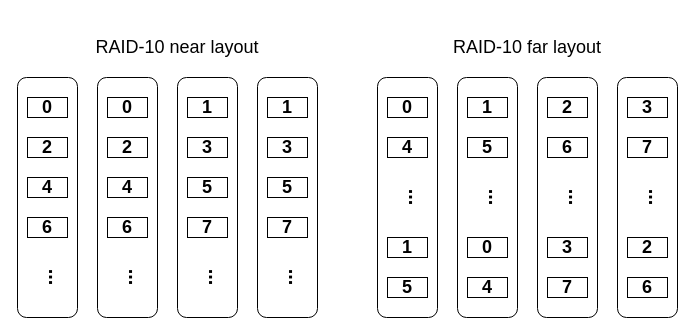
Before: expandRAID/RAID-layout.drawio in Icarusradio/Pictures, a draw.io diagram. Source tidied: cells renumbered, new cells numbered last; positions are measured from the earlier drawing's top-left corner, leaving out a move shared by most shapes. Both pictures are drawn from the tidied source at 100%, with x=0, y=0 at pixel (17, 17).
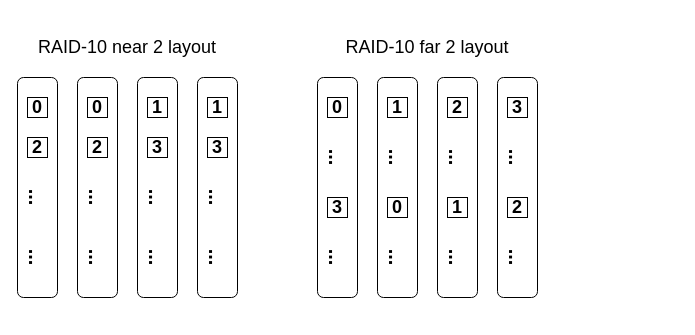
The same page after the edit.

Diff of the diagram source:
```diff
@@
+    <mxCell id="49" style="rounded=1;whiteSpace=wrap;html=1;fillColor=none;" parent="1" vertex="1">
+      <mxGeometry x="480" y="60" width="40" height="220" as="geometry" />
+    </mxCell>
+    <mxCell id="48" style="rounded=1;whiteSpace=wrap;html=1;fillColor=none;" parent="1" vertex="1">
+      <mxGeometry x="420" y="60" width="40" height="220" as="geometry" />
+    </mxCell>
+    <mxCell id="47" style="rounded=1;whiteSpace=wrap;html=1;fillColor=none;" parent="1" vertex="1">
+      <mxGeometry x="360" y="60" width="40" height="220" as="geometry" />
+    </mxCell>
+    <mxCell id="46" style="rounded=1;whiteSpace=wrap;html=1;fillColor=none;" parent="1" vertex="1">
+      <mxGeometry x="300" y="60" width="40" height="220" as="geometry" />
+    </mxCell>
+    <mxCell id="45" style="rounded=1;whiteSpace=wrap;html=1;fillColor=none;" parent="1" vertex="1">
+      <mxGeometry x="180" y="60" width="40" height="220" as="geometry" />
+    </mxCell>
+    <mxCell id="44" style="rounded=1;whiteSpace=wrap;html=1;fillColor=none;" parent="1" vertex="1">
+      <mxGeometry x="120" y="60" width="40" height="220" as="geometry" />
+    </mxCell>
+    <mxCell id="43" style="rounded=1;whiteSpace=wrap;html=1;fillColor=none;" parent="1" vertex="1">
+      <mxGeometry x="60" y="60" width="40" height="220" as="geometry" />
+    </mxCell>
+    <mxCell id="42" style="rounded=1;whiteSpace=wrap;html=1;fillColor=none;" parent="1" vertex="1">
+      <mxGeometry y="60" width="40" height="220" as="geometry" />
+    </mxCell>
     <mxCell id="2" value="&lt;b&gt;&lt;font style=&quot;font-size: 18px;&quot;&gt;0&lt;/font&gt;&lt;/b&gt;" style="rounded=0;whiteSpace=wrap;html=1;" parent="1" vertex="1">
-      <mxGeometry x="10" y="80" width="40" height="20" as="geometry" />
+      <mxGeometry x="10" y="80" width="20" height="20" as="geometry" />
     </mxCell>
     <mxCell id="3" value="&lt;b&gt;&lt;font style=&quot;font-size: 18px;&quot;&gt;2&lt;/font&gt;&lt;/b&gt;" style="rounded=0;whiteSpace=wrap;html=1;" parent="1" vertex="1">
-      <mxGeometry x="10" y="120" width="40" height="20" as="geometry" />
+      <mxGeometry x="10" y="120" width="20" height="20" as="geometry" />
     </mxCell>
-    <mxCell id="4" value="&lt;b&gt;&lt;font style=&quot;font-size: 18px;&quot;&gt;4&lt;/font&gt;&lt;/b&gt;" style="rounded=0;whiteSpace=wrap;html=1;" parent="1" vertex="1">
-      <mxGeometry x="10" y="160" width="40" height="20" as="geometry" />
-    </mxCell>
-    <mxCell id="5" value="&lt;b&gt;&lt;font style=&quot;font-size: 18px;&quot;&gt;6&lt;/font&gt;&lt;/b&gt;" style="rounded=0;whiteSpace=wrap;html=1;" parent="1" vertex="1">
-      <mxGeometry x="10" y="200" width="40" height="20" as="geometry" />
-    </mxCell>
     <mxCell id="6" value="&lt;b&gt;&lt;font style=&quot;font-size: 18px;&quot;&gt;0&lt;/font&gt;&lt;/b&gt;" style="rounded=0;whiteSpace=wrap;html=1;" parent="1" vertex="1">
-      <mxGeometry x="90" y="80" width="40" height="20" as="geometry" />
+      <mxGeometry x="70" y="80" width="20" height="20" as="geometry" />
     </mxCell>
     <mxCell id="7" value="&lt;b&gt;&lt;font style=&quot;font-size: 18px;&quot;&gt;2&lt;/font&gt;&lt;/b&gt;" style="rounded=0;whiteSpace=wrap;html=1;" parent="1" vertex="1">
-      <mxGeometry x="90" y="120" width="40" height="20" as="geometry" />
+      <mxGeometry x="70" y="120" width="20" height="20" as="geometry" />
     </mxCell>
-    <mxCell id="8" value="&lt;b&gt;&lt;font style=&quot;font-size: 18px;&quot;&gt;4&lt;/font&gt;&lt;/b&gt;" style="rounded=0;whiteSpace=wrap;html=1;" parent="1" vertex="1">
-      <mxGeometry x="90" y="160" width="40" height="20" as="geometry" />
-    </mxCell>
-    <mxCell id="9" value="&lt;b&gt;&lt;font style=&quot;font-size: 18px;&quot;&gt;6&lt;/font&gt;&lt;/b&gt;" style="rounded=0;whiteSpace=wrap;html=1;" parent="1" vertex="1">
-      <mxGeometry x="90" y="200" width="40" height="20" as="geometry" />
-    </mxCell>
     <mxCell id="10" value="&lt;b&gt;&lt;font style=&quot;font-size: 18px;&quot;&gt;1&lt;/font&gt;&lt;/b&gt;" style="rounded=0;whiteSpace=wrap;html=1;" parent="1" vertex="1">
-      <mxGeometry x="170" y="80" width="40" height="20" as="geometry" />
+      <mxGeometry x="130" y="80" width="20" height="20" as="geometry" />
     </mxCell>
     <mxCell id="11" value="&lt;b&gt;&lt;font style=&quot;font-size: 18px;&quot;&gt;3&lt;/font&gt;&lt;/b&gt;" style="rounded=0;whiteSpace=wrap;html=1;" parent="1" vertex="1">
-      <mxGeometry x="170" y="120" width="40" height="20" as="geometry" />
+      <mxGeometry x="130" y="120" width="20" height="20" as="geometry" />
     </mxCell>
-    <mxCell id="12" value="&lt;b&gt;&lt;font style=&quot;font-size: 18px;&quot;&gt;5&lt;/font&gt;&lt;/b&gt;" style="rounded=0;whiteSpace=wrap;html=1;" parent="1" vertex="1">
-      <mxGeometry x="170" y="160" width="40" height="20" as="geometry" />
-    </mxCell>
-    <mxCell id="13" value="&lt;b&gt;&lt;font style=&quot;font-size: 18px;&quot;&gt;7&lt;/font&gt;&lt;/b&gt;" style="rounded=0;whiteSpace=wrap;html=1;" parent="1" vertex="1">
-      <mxGeometry x="170" y="200" width="40" height="20" as="geometry" />
-    </mxCell>
     <mxCell id="14" value="&lt;span style=&quot;font-size: 18px;&quot;&gt;&lt;b&gt;1&lt;/b&gt;&lt;/span&gt;" style="rounded=0;whiteSpace=wrap;html=1;" parent="1" vertex="1">
-      <mxGeometry x="250" y="80" width="40" height="20" as="geometry" />
+      <mxGeometry x="190" y="80" width="20" height="20" as="geometry" />
     </mxCell>
     <mxCell id="15" value="&lt;b&gt;&lt;font style=&quot;font-size: 18px;&quot;&gt;3&lt;/font&gt;&lt;/b&gt;" style="rounded=0;whiteSpace=wrap;html=1;" parent="1" vertex="1">
-      <mxGeometry x="250" y="120" width="40" height="20" as="geometry" />
+      <mxGeometry x="190" y="120" width="20" height="20" as="geometry" />
     </mxCell>
-    <mxCell id="16" value="&lt;b&gt;&lt;font style=&quot;font-size: 18px;&quot;&gt;5&lt;/font&gt;&lt;/b&gt;" style="rounded=0;whiteSpace=wrap;html=1;" parent="1" vertex="1">
-      <mxGeometry x="250" y="160" width="40" height="20" as="geometry" />
-    </mxCell>
-    <mxCell id="17" value="&lt;b&gt;&lt;font style=&quot;font-size: 18px;&quot;&gt;7&lt;/font&gt;&lt;/b&gt;" style="rounded=0;whiteSpace=wrap;html=1;" parent="1" vertex="1">
-      <mxGeometry x="250" y="200" width="40" height="20" as="geometry" />
-    </mxCell>
     <mxCell id="18" value="&lt;b&gt;&lt;font style=&quot;font-size: 18px;&quot;&gt;0&lt;/font&gt;&lt;/b&gt;" style="rounded=0;whiteSpace=wrap;html=1;" parent="1" vertex="1">
-      <mxGeometry x="370" y="80" width="40" height="20" as="geometry" />
+      <mxGeometry x="310" y="80" width="20" height="20" as="geometry" />
     </mxCell>
     <mxCell id="19" value="&lt;b&gt;&lt;font style=&quot;font-size: 18px;&quot;&gt;1&lt;/font&gt;&lt;/b&gt;" style="rounded=0;whiteSpace=wrap;html=1;" parent="1" vertex="1">
-      <mxGeometry x="450" y="80" width="40" height="20" as="geometry" />
+      <mxGeometry x="370" y="80" width="20" height="20" as="geometry" />
     </mxCell>
     <mxCell id="20" value="&lt;b&gt;&lt;font style=&quot;font-size: 18px;&quot;&gt;2&lt;/font&gt;&lt;/b&gt;" style="rounded=0;whiteSpace=wrap;html=1;" parent="1" vertex="1">
-      <mxGeometry x="530" y="80" width="40" height="20" as="geometry" />
+      <mxGeometry x="430" y="80" width="20" height="20" as="geometry" />
     </mxCell>
     <mxCell id="21" value="&lt;b&gt;&lt;font style=&quot;font-size: 18px;&quot;&gt;3&lt;/font&gt;&lt;/b&gt;" style="rounded=0;whiteSpace=wrap;html=1;" parent="1" vertex="1">
-      <mxGeometry x="610" y="80" width="40" height="20" as="geometry" />
+      <mxGeometry x="490" y="80" width="20" height="20" as="geometry" />
     </mxCell>
-    <mxCell id="22" value="&lt;b&gt;&lt;font style=&quot;font-size: 18px;&quot;&gt;4&lt;/font&gt;&lt;/b&gt;" style="rounded=0;whiteSpace=wrap;html=1;" parent="1" vertex="1">
-      <mxGeometry x="370" y="120" width="40" height="20" as="geometry" />
-    </mxCell>
-    <mxCell id="23" value="&lt;b&gt;&lt;font style=&quot;font-size: 18px;&quot;&gt;5&lt;/font&gt;&lt;/b&gt;" style="rounded=0;whiteSpace=wrap;html=1;" parent="1" vertex="1">
-      <mxGeometry x="450" y="120" width="40" height="20" as="geometry" />
-    </mxCell>
-    <mxCell id="24" value="&lt;b&gt;&lt;font style=&quot;font-size: 18px;&quot;&gt;6&lt;/font&gt;&lt;/b&gt;" style="rounded=0;whiteSpace=wrap;html=1;" parent="1" vertex="1">
-      <mxGeometry x="530" y="120" width="40" height="20" as="geometry" />
-    </mxCell>
-    <mxCell id="25" value="&lt;b&gt;&lt;font style=&quot;font-size: 18px;&quot;&gt;7&lt;/font&gt;&lt;/b&gt;" style="rounded=0;whiteSpace=wrap;html=1;" parent="1" vertex="1">
-      <mxGeometry x="610" y="120" width="40" height="20" as="geometry" />
-    </mxCell>
     <mxCell id="26" value="&lt;b&gt;&lt;font style=&quot;font-size: 18px;&quot;&gt;0&lt;/font&gt;&lt;/b&gt;" style="rounded=0;whiteSpace=wrap;html=1;" parent="1" vertex="1">
-      <mxGeometry x="450" y="220" width="40" height="20" as="geometry" />
+      <mxGeometry x="370" y="180" width="20" height="20" as="geometry" />
     </mxCell>
-    <mxCell id="27" value="&lt;b&gt;&lt;font style=&quot;font-size: 18px;&quot;&gt;1&lt;/font&gt;&lt;/b&gt;" style="rounded=0;whiteSpace=wrap;html=1;" parent="1" vertex="1">
-      <mxGeometry x="370" y="220" width="40" height="20" as="geometry" />
+    <mxCell id="27" value="&lt;b&gt;&lt;font style=&quot;font-size: 18px;&quot;&gt;3&lt;/font&gt;&lt;/b&gt;" style="rounded=0;whiteSpace=wrap;html=1;" parent="1" vertex="1">
+      <mxGeometry x="310" y="180" width="20" height="20" as="geometry" />
     </mxCell>
     <mxCell id="28" value="&lt;b&gt;&lt;font style=&quot;font-size: 18px;&quot;&gt;2&lt;/font&gt;&lt;/b&gt;" style="rounded=0;whiteSpace=wrap;html=1;" parent="1" vertex="1">
-      <mxGeometry x="610" y="220" width="40" height="20" as="geometry" />
+      <mxGeometry x="490" y="180" width="20" height="20" as="geometry" />
     </mxCell>
-    <mxCell id="29" value="&lt;b&gt;&lt;font style=&quot;font-size: 18px;&quot;&gt;3&lt;/font&gt;&lt;/b&gt;" style="rounded=0;whiteSpace=wrap;html=1;" parent="1" vertex="1">
-      <mxGeometry x="530" y="220" width="40" height="20" as="geometry" />
+    <mxCell id="29" value="&lt;b&gt;&lt;font style=&quot;font-size: 18px;&quot;&gt;1&lt;/font&gt;&lt;/b&gt;" style="rounded=0;whiteSpace=wrap;html=1;" parent="1" vertex="1">
+      <mxGeometry x="430" y="180" width="20" height="20" as="geometry" />
     </mxCell>
-    <mxCell id="30" value="&lt;b&gt;&lt;font style=&quot;font-size: 18px;&quot;&gt;4&lt;/font&gt;&lt;/b&gt;" style="rounded=0;whiteSpace=wrap;html=1;" parent="1" vertex="1">
-      <mxGeometry x="450" y="260" width="40" height="20" as="geometry" />
-    </mxCell>
-    <mxCell id="31" value="&lt;b&gt;&lt;font style=&quot;font-size: 18px;&quot;&gt;5&lt;/font&gt;&lt;/b&gt;" style="rounded=0;whiteSpace=wrap;html=1;" parent="1" vertex="1">
-      <mxGeometry x="370" y="260" width="40" height="20" as="geometry" />
-    </mxCell>
-    <mxCell id="32" value="&lt;b&gt;&lt;font style=&quot;font-size: 18px;&quot;&gt;6&lt;/font&gt;&lt;/b&gt;" style="rounded=0;whiteSpace=wrap;html=1;" parent="1" vertex="1">
-      <mxGeometry x="610" y="260" width="40" height="20" as="geometry" />
-    </mxCell>
-    <mxCell id="33" value="&lt;b&gt;&lt;font style=&quot;font-size: 18px;&quot;&gt;7&lt;/font&gt;&lt;/b&gt;" style="rounded=0;whiteSpace=wrap;html=1;" parent="1" vertex="1">
-      <mxGeometry x="530" y="260" width="40" height="20" as="geometry" />
-    </mxCell>
     <mxCell id="34" value="..." style="rounded=0;whiteSpace=wrap;html=1;fillColor=none;strokeColor=none;fontStyle=1;fontSize=20;rotation=90;" parent="1" vertex="1">
-      <mxGeometry x="20" y="250" width="40" height="20" as="geometry" />
+      <mxGeometry y="170" width="40" height="20" as="geometry" />
     </mxCell>
     <mxCell id="35" value="..." style="rounded=0;whiteSpace=wrap;html=1;fillColor=none;strokeColor=none;fontStyle=1;fontSize=20;rotation=90;" parent="1" vertex="1">
-      <mxGeometry x="100" y="250" width="40" height="20" as="geometry" />
+      <mxGeometry x="60" y="170" width="40" height="20" as="geometry" />
     </mxCell>
     <mxCell id="36" value="..." style="rounded=0;whiteSpace=wrap;html=1;fillColor=none;strokeColor=none;fontStyle=1;fontSize=20;rotation=90;" parent="1" vertex="1">
-      <mxGeometry x="180" y="250" width="40" height="20" as="geometry" />
+      <mxGeometry x="120" y="170" width="40" height="20" as="geometry" />
     </mxCell>
     <mxCell id="37" value="..." style="rounded=0;whiteSpace=wrap;html=1;fillColor=none;strokeColor=none;fontStyle=1;fontSize=20;rotation=90;" parent="1" vertex="1">
-      <mxGeometry x="260" y="250" width="40" height="20" as="geometry" />
+      <mxGeometry x="180" y="170" width="40" height="20" as="geometry" />
     </mxCell>
     <mxCell id="38" value="..." style="rounded=0;whiteSpace=wrap;html=1;fillColor=none;strokeColor=none;fontStyle=1;fontSize=20;rotation=90;" parent="1" vertex="1">
-      <mxGeometry x="380" y="170" width="40" height="20" as="geometry" />
+      <mxGeometry x="300" y="130" width="40" height="20" as="geometry" />
     </mxCell>
     <mxCell id="39" value="..." style="rounded=0;whiteSpace=wrap;html=1;fillColor=none;strokeColor=none;fontStyle=1;fontSize=20;rotation=90;" parent="1" vertex="1">
-      <mxGeometry x="460" y="170" width="40" height="20" as="geometry" />
+      <mxGeometry x="360" y="130" width="40" height="20" as="geometry" />
     </mxCell>
     <mxCell id="40" value="..." style="rounded=0;whiteSpace=wrap;html=1;fillColor=none;strokeColor=none;fontStyle=1;fontSize=20;rotation=90;" parent="1" vertex="1">
-      <mxGeometry x="540" y="170" width="40" height="20" as="geometry" />
+      <mxGeometry x="420" y="130" width="40" height="20" as="geometry" />
     </mxCell>
     <mxCell id="41" value="..." style="rounded=0;whiteSpace=wrap;html=1;fillColor=none;strokeColor=none;fontStyle=1;fontSize=20;rotation=90;" parent="1" vertex="1">
-      <mxGeometry x="620" y="170" width="40" height="20" as="geometry" />
+      <mxGeometry x="480" y="130" width="40" height="20" as="geometry" />
     </mxCell>
-    <mxCell id="42" style="rounded=1;whiteSpace=wrap;html=1;fillColor=none;" parent="1" vertex="1">
-      <mxGeometry y="60" width="60" height="240" as="geometry" />
-    </mxCell>
-    <mxCell id="43" style="rounded=1;whiteSpace=wrap;html=1;fillColor=none;" parent="1" vertex="1">
-      <mxGeometry x="80" y="60" width="60" height="240" as="geometry" />
-    </mxCell>
-    <mxCell id="44" style="rounded=1;whiteSpace=wrap;html=1;fillColor=none;" parent="1" vertex="1">
-      <mxGeometry x="160" y="60" width="60" height="240" as="geometry" />
-    </mxCell>
-    <mxCell id="45" style="rounded=1;whiteSpace=wrap;html=1;fillColor=none;" parent="1" vertex="1">
-      <mxGeometry x="240" y="60" width="60" height="240" as="geometry" />
-    </mxCell>
-    <mxCell id="46" style="rounded=1;whiteSpace=wrap;html=1;fillColor=none;" parent="1" vertex="1">
-      <mxGeometry x="360" y="60" width="60" height="240" as="geometry" />
-    </mxCell>
-    <mxCell id="47" style="rounded=1;whiteSpace=wrap;html=1;fillColor=none;" parent="1" vertex="1">
-      <mxGeometry x="440" y="60" width="60" height="240" as="geometry" />
-    </mxCell>
-    <mxCell id="48" style="rounded=1;whiteSpace=wrap;html=1;fillColor=none;" parent="1" vertex="1">
-      <mxGeometry x="520" y="60" width="60" height="240" as="geometry" />
-    </mxCell>
-    <mxCell id="49" style="rounded=1;whiteSpace=wrap;html=1;fillColor=none;" parent="1" vertex="1">
-      <mxGeometry x="600" y="60" width="60" height="240" as="geometry" />
-    </mxCell>
-    <mxCell id="50" value="RAID-10 near layout" style="rounded=0;whiteSpace=wrap;html=1;fillColor=none;strokeColor=none;fontSize=18;" parent="1" vertex="1">
-      <mxGeometry x="70" width="180" height="60" as="geometry" />
+    <mxCell id="50" value="RAID-10 near 2 layout" style="rounded=0;whiteSpace=wrap;html=1;fillColor=none;strokeColor=none;fontSize=18;" parent="1" vertex="1">
+      <mxGeometry x="10" width="200" height="60" as="geometry" />
     </mxCell>
-    <mxCell id="51" value="RAID-10 far layout" style="rounded=0;whiteSpace=wrap;html=1;fillColor=none;strokeColor=none;fontSize=18;" parent="1" vertex="1">
-      <mxGeometry x="420" width="180" height="60" as="geometry" />
+    <mxCell id="51" value="RAID-10 far 2 layout" style="rounded=0;whiteSpace=wrap;html=1;fillColor=none;strokeColor=none;fontSize=18;" parent="1" vertex="1">
+      <mxGeometry x="320" width="180" height="60" as="geometry" />
     </mxCell>
+    <mxCell id="52" value="..." style="rounded=0;whiteSpace=wrap;html=1;fillColor=none;strokeColor=none;fontStyle=1;fontSize=20;rotation=90;" parent="1" vertex="1">
+      <mxGeometry x="300" y="230" width="40" height="20" as="geometry" />
+    </mxCell>
+    <mxCell id="53" value="..." style="rounded=0;whiteSpace=wrap;html=1;fillColor=none;strokeColor=none;fontStyle=1;fontSize=20;rotation=90;" parent="1" vertex="1">
+      <mxGeometry x="360" y="230" width="40" height="20" as="geometry" />
+    </mxCell>
+    <mxCell id="54" value="..." style="rounded=0;whiteSpace=wrap;html=1;fillColor=none;strokeColor=none;fontStyle=1;fontSize=20;rotation=90;" parent="1" vertex="1">
+      <mxGeometry x="420" y="230" width="40" height="20" as="geometry" />
+    </mxCell>
+    <mxCell id="55" value="..." style="rounded=0;whiteSpace=wrap;html=1;fillColor=none;strokeColor=none;fontStyle=1;fontSize=20;rotation=90;" parent="1" vertex="1">
+      <mxGeometry x="480" y="230" width="40" height="20" as="geometry" />
+    </mxCell>
+    <mxCell id="56" value="..." style="rounded=0;whiteSpace=wrap;html=1;fillColor=none;strokeColor=none;fontStyle=1;fontSize=20;rotation=90;" parent="1" vertex="1">
+      <mxGeometry x="180" y="230" width="40" height="20" as="geometry" />
+    </mxCell>
+    <mxCell id="57" value="..." style="rounded=0;whiteSpace=wrap;html=1;fillColor=none;strokeColor=none;fontStyle=1;fontSize=20;rotation=90;" parent="1" vertex="1">
+      <mxGeometry x="120" y="230" width="40" height="20" as="geometry" />
+    </mxCell>
+    <mxCell id="58" value="..." style="rounded=0;whiteSpace=wrap;html=1;fillColor=none;strokeColor=none;fontStyle=1;fontSize=20;rotation=90;" parent="1" vertex="1">
+      <mxGeometry x="60" y="230" width="40" height="20" as="geometry" />
+    </mxCell>
+    <mxCell id="59" value="..." style="rounded=0;whiteSpace=wrap;html=1;fillColor=none;strokeColor=none;fontStyle=1;fontSize=20;rotation=90;" parent="1" vertex="1">
+      <mxGeometry y="230" width="40" height="20" as="geometry" />
+    </mxCell>
```
